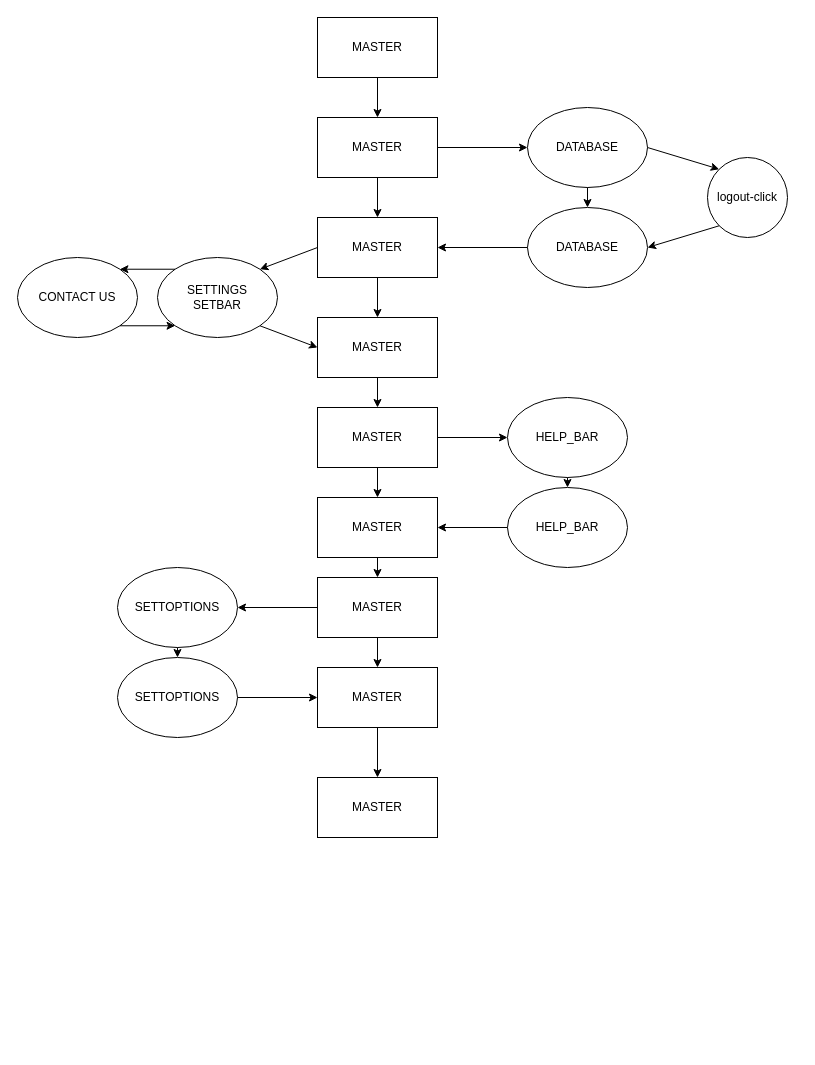
Above: INFORMATION/branches.drawio in Man1exter/MAIG-WAREHOUSE (draw.io), before the change. Source tidied: cells renumbered, new cells numbered last; positions are measured from the earlier drawing's top-left corner, leaving out a move shared by most shapes. Both pictures are drawn from the tidied source at 100%, with x=0, y=0 at pixel (17, 17).
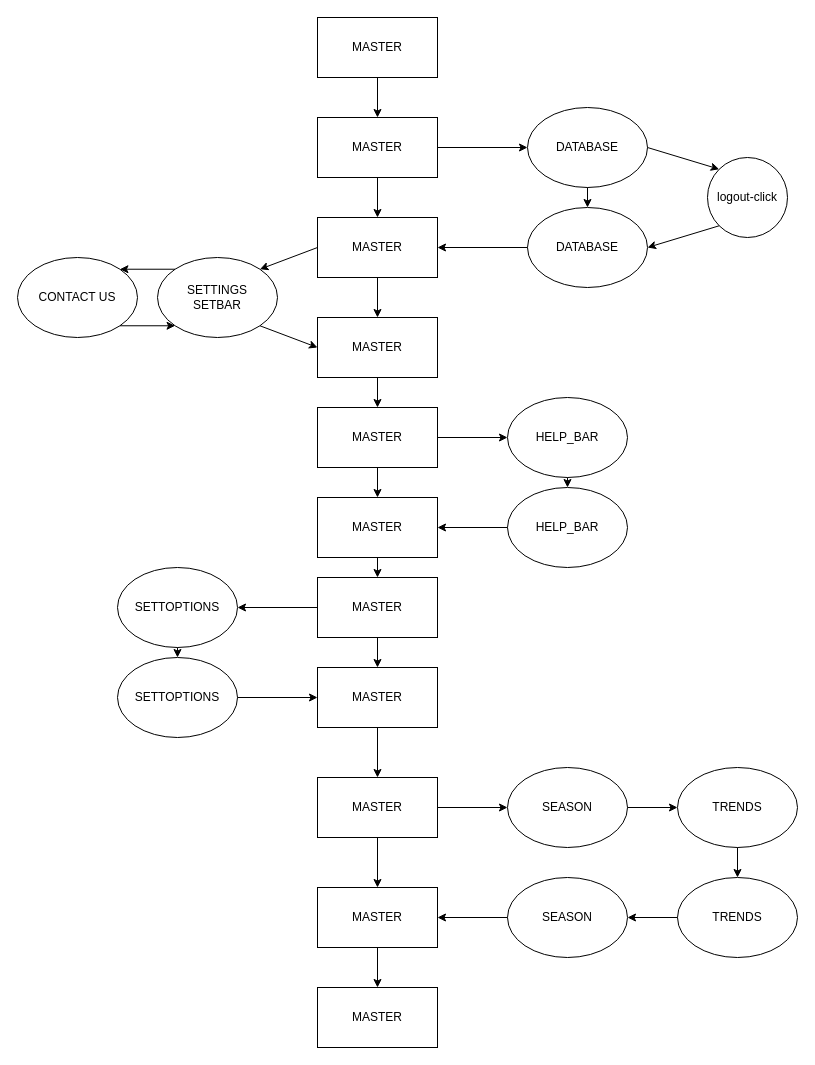
After the change.

Commit message (it also covers changes not shown here):
create  section with trends + seasons

Unchanged cells that the change refers to:
```xml
<mxCell id="42" value="MASTER" style="rounded=0;whiteSpace=wrap;html=1;" parent="1" vertex="1">
  <mxGeometry x="300" y="760" width="120" height="60" as="geometry" />
</mxCell>
```

Change to the diagram source:
```diff
@@
+    <mxCell id="43" value="SEASON" style="ellipse;whiteSpace=wrap;html=1;" parent="1" vertex="1">
+      <mxGeometry x="490" y="860" width="120" height="80" as="geometry" />
+    </mxCell>
+    <mxCell id="44" value="SEASON" style="ellipse;whiteSpace=wrap;html=1;" parent="1" vertex="1">
+      <mxGeometry x="490" y="750" width="120" height="80" as="geometry" />
+    </mxCell>
+    <mxCell id="45" value="TRENDS" style="ellipse;whiteSpace=wrap;html=1;" parent="1" vertex="1">
+      <mxGeometry x="660" y="750" width="120" height="80" as="geometry" />
+    </mxCell>
+    <mxCell id="46" value="TRENDS" style="ellipse;whiteSpace=wrap;html=1;" parent="1" vertex="1">
+      <mxGeometry x="660" y="860" width="120" height="80" as="geometry" />
+    </mxCell>
+    <mxCell id="47" value="MASTER" style="rounded=0;whiteSpace=wrap;html=1;" parent="1" vertex="1">
+      <mxGeometry x="300" y="870" width="120" height="60" as="geometry" />
+    </mxCell>
+    <mxCell id="48" value="MASTER" style="rounded=0;whiteSpace=wrap;html=1;" parent="1" vertex="1">
+      <mxGeometry x="300" y="970" width="120" height="60" as="geometry" />
+    </mxCell>
+    <mxCell id="49" style="endArrow=classic;html=1;entryX=1;entryY=0.5;entryDx=0;entryDy=0;exitX=0;exitY=0.5;exitDx=0;exitDy=0;" parent="1" edge="1" source="43" target="47">
+      <mxGeometry relative="1" as="geometry" />
+    </mxCell>
+    <mxCell id="50" style="endArrow=classic;html=1;exitX=0;exitY=0.5;exitDx=0;exitDy=0;entryX=1;entryY=0.5;entryDx=0;entryDy=0;" parent="1" edge="1" source="46" target="43">
+      <mxGeometry relative="1" as="geometry" />
+    </mxCell>
+    <mxCell id="51" style="endArrow=classic;html=1;entryX=0.5;entryY=0;entryDx=0;entryDy=0;exitX=0.5;exitY=1;exitDx=0;exitDy=0;" parent="1" edge="1" source="45" target="46">
+      <mxGeometry relative="1" as="geometry" />
+    </mxCell>
+    <mxCell id="52" style="endArrow=classic;html=1;exitX=1;exitY=0.5;exitDx=0;exitDy=0;entryX=0;entryY=0.5;entryDx=0;entryDy=0;" parent="1" edge="1" source="44" target="45">
+      <mxGeometry relative="1" as="geometry" />
+    </mxCell>
+    <mxCell id="53" style="endArrow=classic;html=1;exitX=0.5;exitY=1;exitDx=0;exitDy=0;entryX=0.5;entryY=0;entryDx=0;entryDy=0;" parent="1" edge="1" source="47" target="48">
+      <mxGeometry relative="1" as="geometry" />
+    </mxCell>
+    <mxCell id="54" style="endArrow=classic;html=1;exitX=1;exitY=0.5;exitDx=0;exitDy=0;entryX=0;entryY=0.5;entryDx=0;entryDy=0;" parent="1" edge="1" source="42" target="44">
+      <mxGeometry relative="1" as="geometry" />
+    </mxCell>
+    <mxCell id="55" style="endArrow=classic;html=1;exitX=0.5;exitY=1;exitDx=0;exitDy=0;entryX=0.5;entryY=0;entryDx=0;entryDy=0;" parent="1" edge="1" source="42" target="47">
+      <mxGeometry relative="1" as="geometry" />
+    </mxCell>
```
